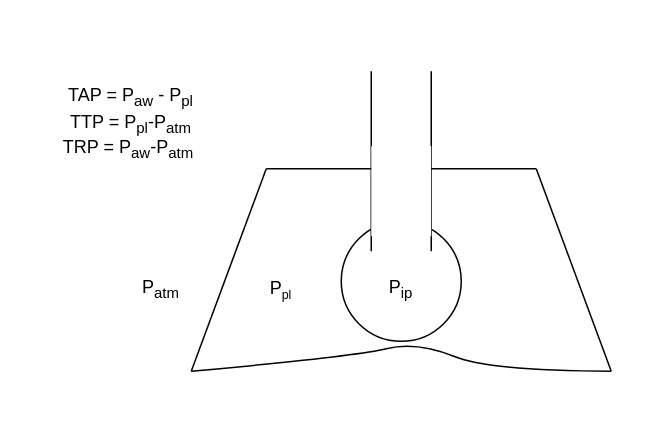
Earlier version of the draw.io diagram Figurer/Lung_Compartments.drawio (lleuch18/Speciale_Reset). Source tidied: cells renumbered, new cells numbered last; positions are measured from the earlier drawing's top-left corner, leaving out a move shared by most shapes. Both pictures are drawn from the tidied source at 150%, with x=0, y=0 at pixel (26, 70).
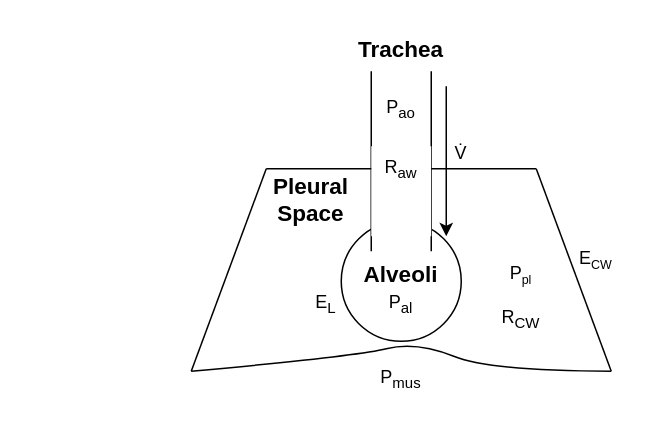
After the change.

The edit, as a diff of the source:
```diff
@@
-    <mxCell id="11" value="P&lt;sub&gt;atm&lt;/sub&gt;" style="text;html=1;strokeColor=none;fillColor=none;align=center;verticalAlign=middle;whiteSpace=wrap;rounded=0;" parent="1" vertex="1">
-      <mxGeometry x="60" y="130" width="60" height="30" as="geometry" />
-    </mxCell>
+    <mxCell id="15" value="P&lt;sub&gt;ao&lt;/sub&gt;" style="text;html=1;strokeColor=none;fillColor=none;align=center;verticalAlign=middle;whiteSpace=wrap;rounded=0;" parent="1" vertex="1">
+      <mxGeometry x="220" y="10" width="60" height="30" as="geometry" />
+    </mxCell>
+    <mxCell id="16" value="&lt;span style=&quot;font-size: 12px;&quot;&gt;R&lt;sub&gt;aw&lt;/sub&gt;&lt;/span&gt;" style="text;html=1;strokeColor=none;fillColor=none;align=center;verticalAlign=middle;whiteSpace=wrap;rounded=0;" parent="1" vertex="1">
+      <mxGeometry x="220" y="50" width="60" height="30" as="geometry" />
+    </mxCell>
+    <mxCell id="17" value="&lt;span style=&quot;font-size: 12px;&quot;&gt;P&lt;sub&gt;al&lt;/sub&gt;&lt;/span&gt;" style="text;html=1;strokeColor=none;fillColor=none;align=center;verticalAlign=middle;whiteSpace=wrap;rounded=0;" parent="1" vertex="1">
+      <mxGeometry x="220" y="140" width="60" height="30" as="geometry" />
+    </mxCell>
+    <mxCell id="18" value="&lt;span style=&quot;font-size: 12px;&quot;&gt;E&lt;sub&gt;L&lt;/sub&gt;&lt;/span&gt;" style="text;html=1;strokeColor=none;fillColor=none;align=center;verticalAlign=middle;whiteSpace=wrap;rounded=0;" parent="1" vertex="1">
+      <mxGeometry x="170" y="140" width="60" height="30" as="geometry" />
+    </mxCell>
-    <mxCell id="12" value="P&lt;span style=&quot;font-size: 10px;&quot;&gt;&lt;sub&gt;pl&lt;/sub&gt;&lt;/span&gt;" style="text;html=1;strokeColor=none;fillColor=none;align=center;verticalAlign=middle;whiteSpace=wrap;rounded=0;" parent="1" vertex="1">
-      <mxGeometry x="140" y="130" width="60" height="30" as="geometry" />
+    <mxCell id="12" value="&lt;span style=&quot;font-size: 12px;&quot;&gt;P&lt;/span&gt;&lt;span style=&quot;font-size: 10px;&quot;&gt;&lt;sub&gt;pl&lt;/sub&gt;&lt;/span&gt;" style="text;html=1;strokeColor=none;fillColor=none;align=center;verticalAlign=middle;whiteSpace=wrap;rounded=0;" parent="1" vertex="1">
+      <mxGeometry x="300" y="120" width="60" height="30" as="geometry" />
     </mxCell>
-    <mxCell id="13" value="P&lt;sub&gt;ip&lt;/sub&gt;" style="text;html=1;strokeColor=none;fillColor=none;align=center;verticalAlign=middle;whiteSpace=wrap;rounded=0;" parent="1" vertex="1">
-      <mxGeometry x="220" y="130" width="60" height="30" as="geometry" />
-    </mxCell>
-    <mxCell id="14" value="TAP = P&lt;sub&gt;aw&lt;/sub&gt; - P&lt;sub&gt;pl&lt;/sub&gt;&lt;br&gt;TTP = P&lt;sub&gt;pl&lt;/sub&gt;-P&lt;sub&gt;atm&lt;/sub&gt;&lt;br&gt;TRP = P&lt;sub&gt;aw&lt;/sub&gt;-P&lt;sub&gt;atm&lt;/sub&gt;&amp;nbsp;" style="text;html=1;strokeColor=none;fillColor=none;align=center;verticalAlign=middle;whiteSpace=wrap;rounded=0;" parent="1" vertex="1">
-      <mxGeometry y="20" width="140" height="30" as="geometry" />
-    </mxCell>
+    <mxCell id="19" value="R&lt;sub&gt;CW&lt;/sub&gt;" style="text;html=1;strokeColor=none;fillColor=none;align=center;verticalAlign=middle;whiteSpace=wrap;rounded=0;" parent="1" vertex="1">
+      <mxGeometry x="300" y="150" width="60" height="30" as="geometry" />
+    </mxCell>
+    <mxCell id="20" value="&lt;span style=&quot;font-size: 12px;&quot;&gt;E&lt;/span&gt;&lt;span style=&quot;font-size: 10px;&quot;&gt;&lt;sub&gt;CW&lt;/sub&gt;&lt;/span&gt;" style="text;html=1;strokeColor=none;fillColor=none;align=center;verticalAlign=middle;whiteSpace=wrap;rounded=0;" parent="1" vertex="1">
+      <mxGeometry x="350" y="110" width="60" height="30" as="geometry" />
+    </mxCell>
+    <mxCell id="21" value="&lt;b&gt;&lt;font style=&quot;font-size: 15px;&quot;&gt;Trachea&lt;/font&gt;&lt;/b&gt;" style="text;html=1;strokeColor=none;fillColor=none;align=center;verticalAlign=middle;whiteSpace=wrap;rounded=0;" parent="1" vertex="1">
+      <mxGeometry x="220" y="-30" width="60" height="30" as="geometry" />
+    </mxCell>
+    <mxCell id="22" value="&lt;b&gt;&lt;font style=&quot;font-size: 15px;&quot;&gt;Alveoli&lt;/font&gt;&lt;/b&gt;" style="text;html=1;strokeColor=none;fillColor=none;align=center;verticalAlign=middle;whiteSpace=wrap;rounded=0;" parent="1" vertex="1">
+      <mxGeometry x="220" y="120" width="60" height="30" as="geometry" />
+    </mxCell>
+    <mxCell id="23" value="&lt;b&gt;&lt;font style=&quot;font-size: 15px;&quot;&gt;Pleural Space&lt;/font&gt;&lt;/b&gt;" style="text;html=1;strokeColor=none;fillColor=none;align=center;verticalAlign=middle;whiteSpace=wrap;rounded=0;" parent="1" vertex="1">
+      <mxGeometry x="160" y="70" width="60" height="30" as="geometry" />
+    </mxCell>
+    <mxCell id="24" style="edgeStyle=orthogonalEdgeStyle;rounded=0;orthogonalLoop=1;jettySize=auto;html=1;exitX=0.5;exitY=1;exitDx=0;exitDy=0;" parent="1" edge="1" source="15" target="15">
+      <mxGeometry relative="1" as="geometry" />
+    </mxCell>
+    <mxCell id="25" value="V̇" style="text;html=1;strokeColor=none;fillColor=none;align=center;verticalAlign=middle;whiteSpace=wrap;rounded=0;" parent="1" vertex="1">
+      <mxGeometry x="260" y="40" width="60" height="30" as="geometry" />
+    </mxCell>
+    <mxCell id="26" style="endArrow=classic;html=1;rounded=0;" parent="1" edge="1">
+      <mxGeometry relative="1" as="geometry">
+        <mxPoint x="280" y="10" as="sourcePoint" />
+        <mxPoint x="280" y="110" as="targetPoint" />
+      </mxGeometry>
+    </mxCell>
+    <mxCell id="27" value="P&lt;sub&gt;mus&lt;/sub&gt;" style="text;html=1;strokeColor=none;fillColor=none;align=center;verticalAlign=middle;whiteSpace=wrap;rounded=0;" parent="1" vertex="1">
+      <mxGeometry x="220" y="190" width="60" height="30" as="geometry" />
+    </mxCell>
```
